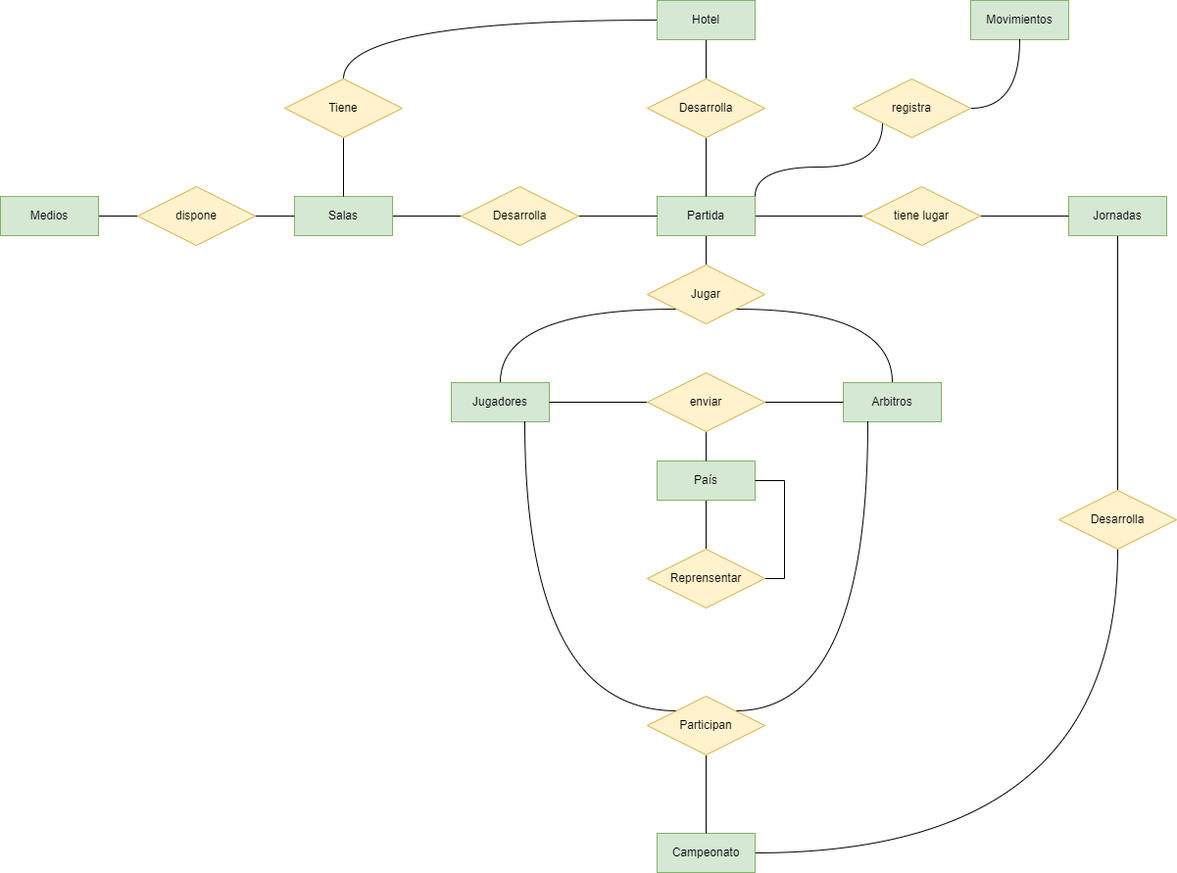
The draw.io diagram Unidad-1/Tareas/Tarea-evaluable2/tarea_evaluable2.drawio.png in jdrguez/2-Daw, before a commit. Source tidied: cells renumbered, new cells last; positions are measured from the earlier drawing's top-left corner, leaving out a move shared by most shapes.
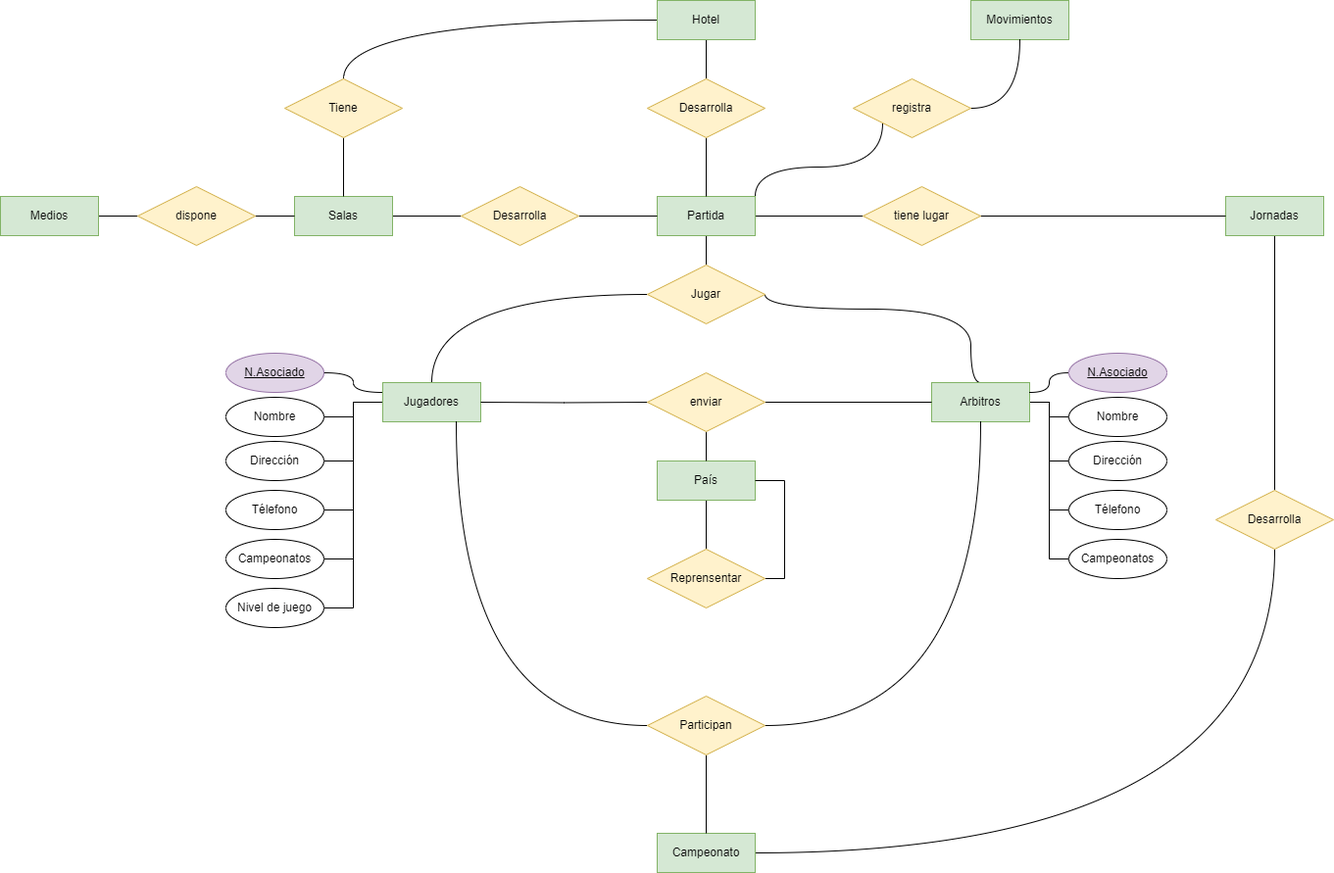
Above is the later version.

The edit, as a diff of the source:
```diff
@@ -14,20 +14,53 @@
     <mxCell id="5" value="Partida" style="whiteSpace=wrap;html=1;align=center;fillColor=#d5e8d4;strokeColor=#82b366;" parent="1" vertex="1">
       <mxGeometry x="670" y="200" width="100" height="40" as="geometry" />
     </mxCell>
-    <mxCell id="6" style="edgeStyle=orthogonalEdgeStyle;rounded=0;jettySize=auto;html=1;exitX=0;exitY=1;exitDx=0;exitDy=0;entryX=0.5;entryY=0;entryDx=0;entryDy=0;curved=1;endArrow=none;endFill=0;" parent="1" edge="1" source="8" target="9">
+    <mxCell id="6" style="edgeStyle=orthogonalEdgeStyle;rounded=0;jettySize=auto;html=1;exitX=0;exitY=0.5;exitDx=0;exitDy=0;curved=1;endArrow=none;endFill=0;" parent="1" edge="1" source="8" target="9">
       <mxGeometry relative="1" as="geometry" />
     </mxCell>
-    <mxCell id="7" style="edgeStyle=orthogonalEdgeStyle;rounded=0;jettySize=auto;html=1;exitX=1;exitY=1;exitDx=0;exitDy=0;entryX=0.5;entryY=0;entryDx=0;entryDy=0;curved=1;endArrow=none;endFill=0;" parent="1" edge="1" source="8" target="10">
-      <mxGeometry relative="1" as="geometry" />
+    <mxCell id="7" style="edgeStyle=orthogonalEdgeStyle;rounded=0;jettySize=auto;html=1;exitX=1;exitY=0.5;exitDx=0;exitDy=0;entryX=0.5;entryY=0;entryDx=0;entryDy=0;curved=1;endArrow=none;endFill=0;" parent="1" edge="1" source="8" target="10">
+      <mxGeometry relative="1" as="geometry">
+        <Array as="points">
+          <mxPoint x="780" y="315" />
+          <mxPoint x="990" y="315" />
+          <mxPoint x="990" y="390" />
+        </Array>
+      </mxGeometry>
     </mxCell>
     <mxCell id="8" value="Jugar" style="shape=rhombus;perimeter=rhombusPerimeter;whiteSpace=wrap;html=1;align=center;fillColor=#fff2cc;strokeColor=#d6b656;" parent="1" vertex="1">
       <mxGeometry x="660" y="270" width="120" height="60" as="geometry" />
     </mxCell>
+    <mxCell id="48" style="edgeStyle=orthogonalEdgeStyle;rounded=0;jettySize=auto;html=1;exitX=0;exitY=0.5;exitDx=0;exitDy=0;entryX=1;entryY=0.5;entryDx=0;entryDy=0;endArrow=none;endFill=0;" parent="1" edge="1" source="9" target="59">
+      <mxGeometry relative="1" as="geometry" />
+    </mxCell>
+    <mxCell id="49" style="edgeStyle=orthogonalEdgeStyle;rounded=0;jettySize=auto;html=1;exitX=0;exitY=0.5;exitDx=0;exitDy=0;entryX=1;entryY=0.5;entryDx=0;entryDy=0;endArrow=none;endFill=0;" parent="1" edge="1" source="9" target="60">
+      <mxGeometry relative="1" as="geometry" />
+    </mxCell>
+    <mxCell id="50" style="edgeStyle=orthogonalEdgeStyle;rounded=0;jettySize=auto;html=1;exitX=0;exitY=0.5;exitDx=0;exitDy=0;entryX=1;entryY=0.5;entryDx=0;entryDy=0;endArrow=none;endFill=0;" parent="1" edge="1" source="9" target="61">
+      <mxGeometry relative="1" as="geometry" />
+    </mxCell>
+    <mxCell id="51" style="edgeStyle=orthogonalEdgeStyle;rounded=0;jettySize=auto;html=1;exitX=0;exitY=0.5;exitDx=0;exitDy=0;entryX=1;entryY=0.5;entryDx=0;entryDy=0;endArrow=none;endFill=0;" parent="1" edge="1" source="9" target="62">
+      <mxGeometry relative="1" as="geometry" />
+    </mxCell>
+    <mxCell id="52" style="edgeStyle=orthogonalEdgeStyle;rounded=0;jettySize=auto;html=1;exitX=0;exitY=0.5;exitDx=0;exitDy=0;entryX=1;entryY=0.5;entryDx=0;entryDy=0;endArrow=none;endFill=0;" parent="1" edge="1" source="9" target="63">
+      <mxGeometry relative="1" as="geometry" />
+    </mxCell>
     <mxCell id="9" value="Jugadores" style="whiteSpace=wrap;html=1;align=center;fillColor=#d5e8d4;strokeColor=#82b366;" parent="1" vertex="1">
-      <mxGeometry x="460" y="390" width="100" height="40" as="geometry" />
+      <mxGeometry x="390" y="390" width="100" height="40" as="geometry" />
     </mxCell>
+    <mxCell id="53" style="edgeStyle=orthogonalEdgeStyle;rounded=0;jettySize=auto;html=1;exitX=1;exitY=0.5;exitDx=0;exitDy=0;entryX=0;entryY=0.5;entryDx=0;entryDy=0;endArrow=none;endFill=0;" parent="1" edge="1" source="10" target="66">
+      <mxGeometry relative="1" as="geometry" />
+    </mxCell>
+    <mxCell id="54" style="edgeStyle=orthogonalEdgeStyle;rounded=0;jettySize=auto;html=1;exitX=1;exitY=0.5;exitDx=0;exitDy=0;entryX=0;entryY=0.5;entryDx=0;entryDy=0;endArrow=none;endFill=0;" parent="1" edge="1" source="10" target="67">
+      <mxGeometry relative="1" as="geometry" />
+    </mxCell>
+    <mxCell id="55" style="edgeStyle=orthogonalEdgeStyle;rounded=0;jettySize=auto;html=1;exitX=1;exitY=0.5;exitDx=0;exitDy=0;entryX=0;entryY=0.5;entryDx=0;entryDy=0;endArrow=none;endFill=0;" parent="1" edge="1" source="10" target="68">
+      <mxGeometry relative="1" as="geometry" />
+    </mxCell>
+    <mxCell id="56" style="edgeStyle=orthogonalEdgeStyle;rounded=0;jettySize=auto;html=1;exitX=1;exitY=0.5;exitDx=0;exitDy=0;entryX=0;entryY=0.5;entryDx=0;entryDy=0;endArrow=none;endFill=0;" parent="1" edge="1" source="10" target="69">
+      <mxGeometry relative="1" as="geometry" />
+    </mxCell>
     <mxCell id="10" value="Arbitros" style="whiteSpace=wrap;html=1;align=center;fillColor=#d5e8d4;strokeColor=#82b366;" parent="1" vertex="1">
-      <mxGeometry x="860" y="390" width="100" height="40" as="geometry" />
+      <mxGeometry x="950" y="390" width="100" height="40" as="geometry" />
     </mxCell>
     <mxCell id="11" style="edgeStyle=orthogonalEdgeStyle;rounded=0;jettySize=auto;html=1;exitX=0.5;exitY=1;exitDx=0;exitDy=0;entryX=0.5;entryY=0;entryDx=0;entryDy=0;endArrow=none;endFill=0;" parent="1" edge="1" source="13" target="15">
       <mxGeometry relative="1" as="geometry" />
@@ -50,10 +83,10 @@
     <mxCell id="17" value="Campeonato" style="whiteSpace=wrap;html=1;align=center;fillColor=#d5e8d4;strokeColor=#82b366;" parent="1" vertex="1">
       <mxGeometry x="670" y="850" width="100" height="40" as="geometry" />
     </mxCell>
-    <mxCell id="18" style="edgeStyle=orthogonalEdgeStyle;rounded=0;jettySize=auto;html=1;exitX=1;exitY=0;exitDx=0;exitDy=0;entryX=0.25;entryY=1;entryDx=0;entryDy=0;endArrow=none;endFill=0;curved=1;" parent="1" edge="1" source="21" target="10">
+    <mxCell id="18" style="edgeStyle=orthogonalEdgeStyle;rounded=0;jettySize=auto;html=1;entryX=0.5;entryY=1;entryDx=0;entryDy=0;endArrow=none;endFill=0;curved=1;" parent="1" edge="1" source="21" target="10">
       <mxGeometry relative="1" as="geometry" />
     </mxCell>
-    <mxCell id="19" style="edgeStyle=orthogonalEdgeStyle;rounded=0;jettySize=auto;html=1;exitX=0;exitY=0;exitDx=0;exitDy=0;entryX=0.75;entryY=1;entryDx=0;entryDy=0;curved=1;endArrow=none;endFill=0;" parent="1" edge="1" source="21" target="9">
+    <mxCell id="19" style="edgeStyle=orthogonalEdgeStyle;rounded=0;jettySize=auto;html=1;entryX=0.75;entryY=1;entryDx=0;entryDy=0;curved=1;endArrow=none;endFill=0;" parent="1" edge="1" source="21" target="9">
       <mxGeometry relative="1" as="geometry" />
     </mxCell>
     <mxCell id="20" style="edgeStyle=orthogonalEdgeStyle;rounded=0;jettySize=auto;html=1;exitX=0.5;exitY=1;exitDx=0;exitDy=0;entryX=0.5;entryY=0;entryDx=0;entryDy=0;endArrow=none;endFill=0;" parent="1" edge="1" source="21" target="17">
@@ -66,10 +99,10 @@
       <mxGeometry relative="1" as="geometry" />
     </mxCell>
     <mxCell id="23" value="Desarrolla" style="shape=rhombus;perimeter=rhombusPerimeter;whiteSpace=wrap;html=1;align=center;fillColor=#fff2cc;strokeColor=#d6b656;" parent="1" vertex="1">
-      <mxGeometry x="1080" y="500" width="120" height="60" as="geometry" />
+      <mxGeometry x="1240" y="500" width="120" height="60" as="geometry" />
     </mxCell>
     <mxCell id="24" value="Jornadas" style="whiteSpace=wrap;html=1;align=center;fillColor=#d5e8d4;strokeColor=#82b366;" parent="1" vertex="1">
-      <mxGeometry x="1090" y="200" width="100" height="40" as="geometry" />
+      <mxGeometry x="1250" y="200" width="100" height="40" as="geometry" />
     </mxCell>
     <mxCell id="25" style="edgeStyle=orthogonalEdgeStyle;rounded=0;jettySize=auto;html=1;exitX=1;exitY=0.5;exitDx=0;exitDy=0;entryX=0;entryY=0.5;entryDx=0;entryDy=0;endArrow=none;endFill=0;" parent="1" edge="1" source="26" target="24">
       <mxGeometry relative="1" as="geometry" />
@@ -113,8 +146,10 @@
     <mxCell id="38" value="País" style="whiteSpace=wrap;html=1;align=center;fillColor=#d5e8d4;strokeColor=#82b366;" parent="1" vertex="1">
       <mxGeometry x="670" y="470" width="100" height="40" as="geometry" />
     </mxCell>
-    <mxCell id="39" style="edgeStyle=orthogonalEdgeStyle;rounded=0;jettySize=auto;html=1;exitX=0;exitY=0.5;exitDx=0;exitDy=0;entryX=1;entryY=0.5;entryDx=0;entryDy=0;endArrow=none;endFill=0;" parent="1" edge="1" source="42" target="9">
-      <mxGeometry relative="1" as="geometry" />
+    <mxCell id="39" style="edgeStyle=orthogonalEdgeStyle;rounded=0;jettySize=auto;html=1;exitX=0;exitY=0.5;exitDx=0;exitDy=0;entryX=1;entryY=0.5;entryDx=0;entryDy=0;endArrow=none;endFill=0;" parent="1" edge="1" target="9">
+      <mxGeometry relative="1" as="geometry">
+        <mxPoint x="660" y="410" as="sourcePoint" />
+      </mxGeometry>
     </mxCell>
     <mxCell id="40" style="edgeStyle=orthogonalEdgeStyle;rounded=0;jettySize=auto;html=1;exitX=1;exitY=0.5;exitDx=0;exitDy=0;entryX=0;entryY=0.5;entryDx=0;entryDy=0;endArrow=none;endFill=0;" parent="1" edge="1" source="42" target="10">
       <mxGeometry relative="1" as="geometry" />
@@ -140,5 +175,44 @@
     <mxCell id="47" value="registra" style="shape=rhombus;perimeter=rhombusPerimeter;whiteSpace=wrap;html=1;align=center;fillColor=#fff2cc;strokeColor=#d6b656;" parent="1" vertex="1">
       <mxGeometry x="870" y="80" width="120" height="60" as="geometry" />
     </mxCell>
+    <mxCell id="57" style="edgeStyle=orthogonalEdgeStyle;rounded=0;jettySize=auto;html=1;exitX=1;exitY=0.5;exitDx=0;exitDy=0;entryX=0;entryY=0.25;entryDx=0;entryDy=0;curved=1;endArrow=none;endFill=0;" parent="1" edge="1" source="58" target="9">
+      <mxGeometry relative="1" as="geometry" />
+    </mxCell>
+    <mxCell id="58" value="N.Asociado" style="ellipse;whiteSpace=wrap;html=1;align=center;fontStyle=4;fillColor=#e1d5e7;strokeColor=#9673a6;" parent="1" vertex="1">
+      <mxGeometry x="230" y="360" width="100" height="40" as="geometry" />
+    </mxCell>
+    <mxCell id="59" value="Nombre" style="ellipse;whiteSpace=wrap;html=1;align=center;" parent="1" vertex="1">
+      <mxGeometry x="230" y="405" width="100" height="40" as="geometry" />
+    </mxCell>
+    <mxCell id="60" value="Dirección" style="ellipse;whiteSpace=wrap;html=1;align=center;" parent="1" vertex="1">
+      <mxGeometry x="230" y="450" width="100" height="40" as="geometry" />
+    </mxCell>
+    <mxCell id="61" value="Télefono" style="ellipse;whiteSpace=wrap;html=1;align=center;" parent="1" vertex="1">
+      <mxGeometry x="230" y="500" width="100" height="40" as="geometry" />
+    </mxCell>
+    <mxCell id="62" value="Campeonatos" style="ellipse;whiteSpace=wrap;html=1;align=center;" parent="1" vertex="1">
+      <mxGeometry x="230" y="550" width="100" height="40" as="geometry" />
+    </mxCell>
+    <mxCell id="63" value="Nivel de juego" style="ellipse;whiteSpace=wrap;html=1;align=center;" parent="1" vertex="1">
+      <mxGeometry x="230" y="600" width="100" height="40" as="geometry" />
+    </mxCell>
+    <mxCell id="64" style="edgeStyle=orthogonalEdgeStyle;rounded=0;jettySize=auto;html=1;exitX=0;exitY=0.5;exitDx=0;exitDy=0;entryX=1;entryY=0.25;entryDx=0;entryDy=0;curved=1;endArrow=none;endFill=0;" parent="1" edge="1" source="65" target="10">
+      <mxGeometry relative="1" as="geometry" />
+    </mxCell>
+    <mxCell id="65" value="N.Asociado" style="ellipse;whiteSpace=wrap;html=1;align=center;fontStyle=4;fillColor=#e1d5e7;strokeColor=#9673a6;" parent="1" vertex="1">
+      <mxGeometry x="1090" y="360" width="100" height="40" as="geometry" />
+    </mxCell>
+    <mxCell id="66" value="Nombre" style="ellipse;whiteSpace=wrap;html=1;align=center;" parent="1" vertex="1">
+      <mxGeometry x="1090" y="405" width="100" height="40" as="geometry" />
+    </mxCell>
+    <mxCell id="67" value="Dirección" style="ellipse;whiteSpace=wrap;html=1;align=center;" parent="1" vertex="1">
+      <mxGeometry x="1090" y="450" width="100" height="40" as="geometry" />
+    </mxCell>
+    <mxCell id="68" value="Télefono" style="ellipse;whiteSpace=wrap;html=1;align=center;" parent="1" vertex="1">
+      <mxGeometry x="1090" y="500" width="100" height="40" as="geometry" />
+    </mxCell>
+    <mxCell id="69" value="Campeonatos" style="ellipse;whiteSpace=wrap;html=1;align=center;" parent="1" vertex="1">
+      <mxGeometry x="1090" y="550" width="100" height="40" as="geometry" />
+    </mxCell>
   </root>
 </mxGraphModel>
```
